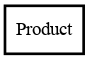
Before: shop-doc/img/shop_product.png, a diagram exported from Graphviz (pousse-cafe/pousse-cafe.github.io). Its source is kept beside it as shop-doc/img/shop_product.dot.
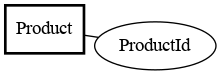
Above is the later version.

What changed in the source:
```diff
@@ -1,5 +1,7 @@
 graph {
 splines=spline;
 overlap=false;
+"Product" -- "ProductId" [style=solid];
 "Product"[shape=box,style=bold];
+"ProductId"[shape=ellipse];
 }
```
